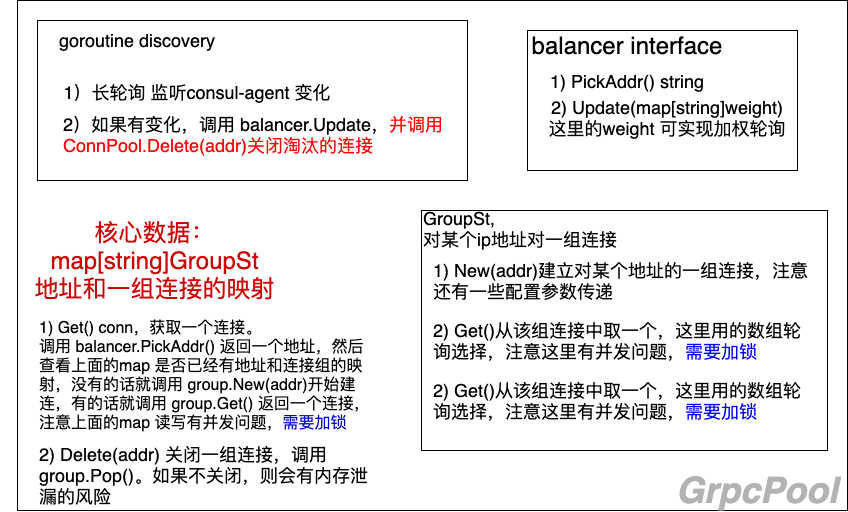
The draw.io diagram images/go-pool.drawio.png in jikun666/blogs, before a commit. Source tidied: cells renumbered, new cells last; positions are measured from the earlier drawing's top-left corner, leaving out a move shared by most shapes.
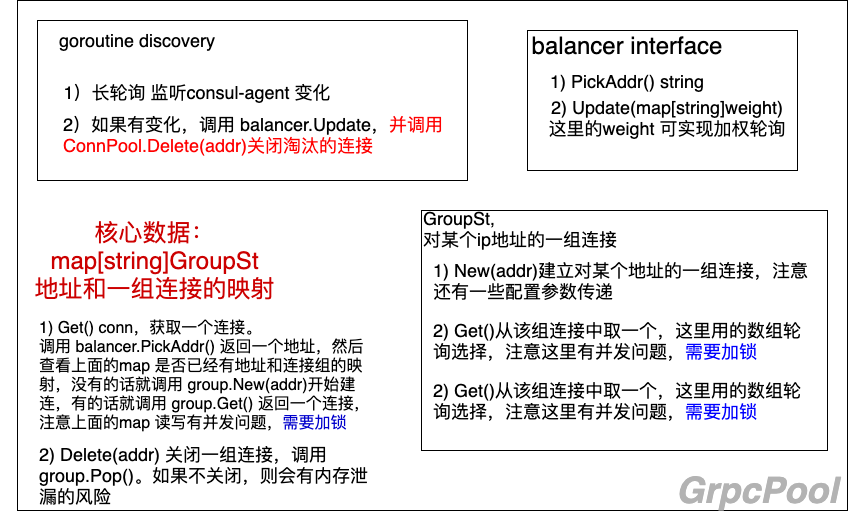
The same diagram one commit later.

Change to the diagram source:
```diff
@@ -44,7 +44,7 @@
     <mxCell id="15" style="rounded=0;whiteSpace=wrap;html=1;strokeWidth=1;" parent="1" vertex="1">
       <mxGeometry x="409" y="210" width="406" height="240" as="geometry" />
     </mxCell>
-    <mxCell id="16" value="&lt;font style=&quot;font-size: 18px&quot;&gt;GroupSt,&lt;br&gt;对某个ip地址对一组连接&lt;/font&gt;" style="text;html=1;strokeColor=none;fillColor=none;align=left;verticalAlign=middle;whiteSpace=wrap;rounded=0;" parent="1" vertex="1">
+    <mxCell id="16" value="&lt;font style=&quot;font-size: 18px&quot;&gt;GroupSt,&lt;br&gt;对某个ip地址的一组连接&lt;/font&gt;" style="text;html=1;strokeColor=none;fillColor=none;align=left;verticalAlign=middle;whiteSpace=wrap;rounded=0;" parent="1" vertex="1">
       <mxGeometry x="409" y="220" width="215" height="15" as="geometry" />
     </mxCell>
     <mxCell id="17" value="&lt;font style=&quot;font-size: 18px&quot;&gt;1) New(addr)建立对某个地址的一组连接，注意还有一些配置参数传递&lt;/font&gt;" style="text;html=1;strokeColor=none;fillColor=none;align=left;verticalAlign=middle;whiteSpace=wrap;rounded=0;" parent="1" vertex="1">
```
